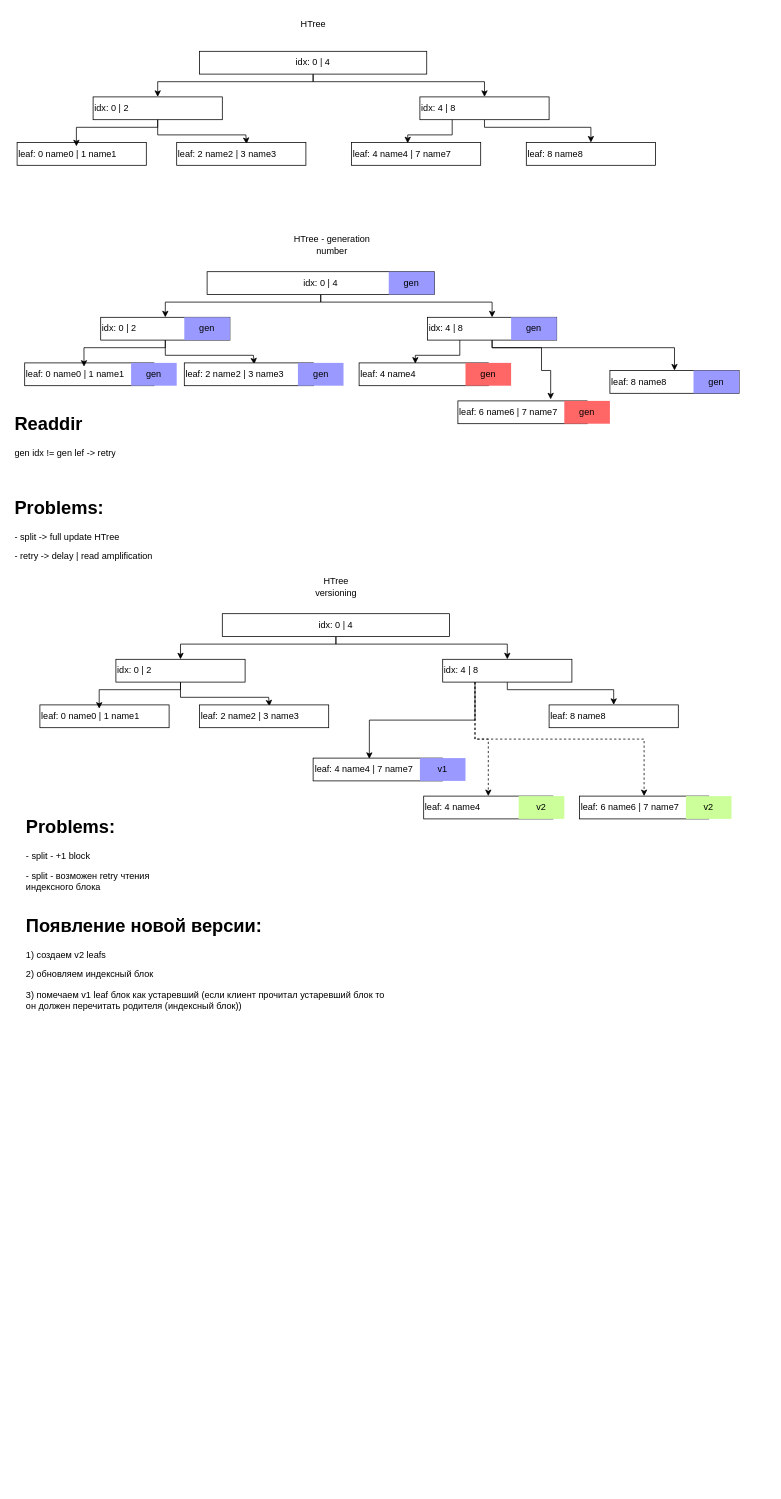
Above: htree.drawio in godzie44/drawio-dump (draw.io), before the change. Source tidied: cells renumbered, new cells numbered last; positions are measured from the earlier drawing's top-left corner, leaving out a move shared by most shapes. Both pictures are drawn from the tidied source at 76%, with x=0, y=0 at pixel (13, 13).
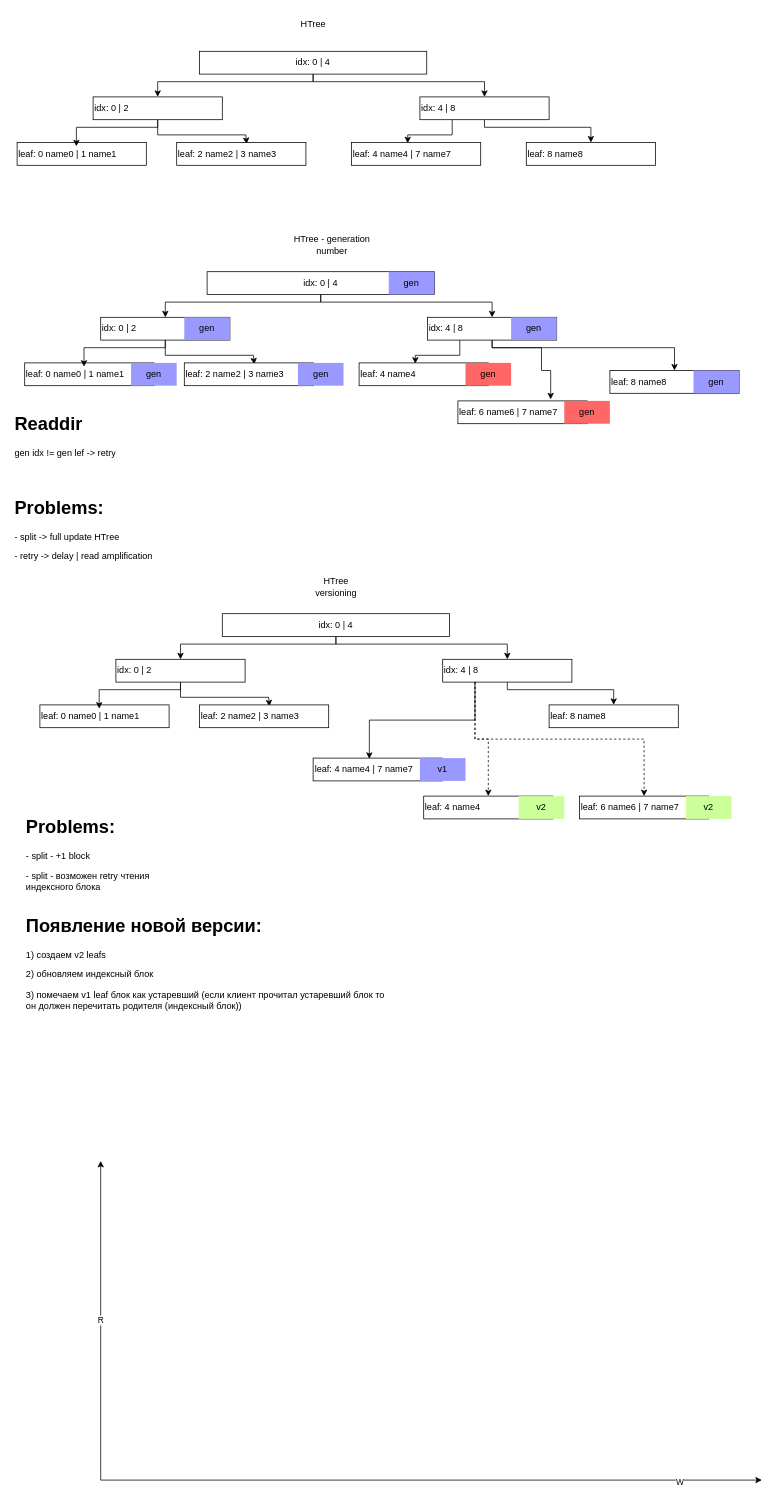
After the change.

Diff of the diagram source:
```diff
@@
+    <mxCell id="65" value="R" style="endArrow=classic;html=1;rounded=0;" parent="1" edge="1">
+      <mxGeometry relative="1" as="geometry">
+        <mxPoint x="115" y="1930" as="sourcePoint" />
+        <mxPoint x="115" y="1510" as="targetPoint" />
+      </mxGeometry>
+    </mxCell>
+    <mxCell id="66" style="endArrow=classic;html=1;rounded=0;" parent="1" edge="1">
+      <mxGeometry relative="1" as="geometry">
+        <mxPoint x="115" y="1930" as="sourcePoint" />
+        <mxPoint x="985" y="1930" as="targetPoint" />
+      </mxGeometry>
+    </mxCell>
+    <mxCell id="67" value="W" style="edgeLabel;html=1;align=center;verticalAlign=middle;" parent="66" vertex="1">
+      <mxGeometry x="0.75" y="-2" relative="1" as="geometry" />
+    </mxCell>
```
